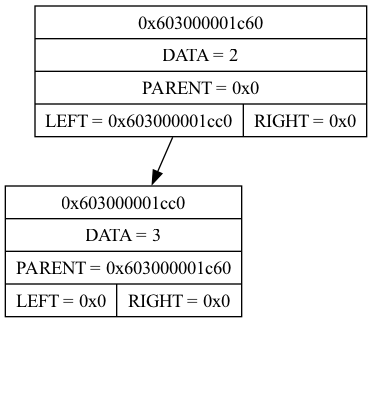
Above: tree.png in Leonid256/Bin_Tree (Graphviz), before the change. Its source is kept beside it as tree.dot. The source it was exported from:
```dot
digraph Tree
{
	ordering = out;
	node [shape = record];
	n_0x603000001c60 [style = filled, fillcolor = lightblue, label = "{ 0x603000001c60 | DATA = 4 | PARENT = 0x0 | { <l> LEFT = 0x603000001c90 | <r> RIGHT = 0x603000001d20}}"];
	n_0x603000001c60:l -> n_0x603000001c90;
	n_0x603000001c90 [style = filled, fillcolor = lightgrey, label = "{ 0x603000001c90 | DATA = 2 | PARENT = 0x603000001c60 | { <l> LEFT = 0x603000001cc0 | <r> RIGHT = 0x603000001cf0}}"];
	n_0x603000001c90:l -> n_0x603000001cc0;
	n_0x603000001cc0 [style = filled, fillcolor = lightgreen, label = "{ 0x603000001cc0 | DATA = 1 | PARENT = 0x603000001c90 | { <l> LEFT = 0x0 | <r> RIGHT = 0x0}}"];
	nl_0x603000001cc0 [style = invis, label = "", width = 0];
	n_0x603000001cc0:l -> nl_0x603000001cc0 [style = invis];
	nr_0x603000001cc0 [style = invis, label = "", width = 0];
	n_0x603000001cc0:r -> nl_0x603000001cc0 [style = invis];
	n_0x603000001c90:r -> n_0x603000001cf0;
	n_0x603000001cf0 [style = filled, fillcolor = lightgreen, label = "{ 0x603000001cf0 | DATA = 3 | PARENT = 0x603000001c90 | { <l> LEFT = 0x0 | <r> RIGHT = 0x0}}"];
	nl_0x603000001cf0 [style = invis, label = "", width = 0];
	n_0x603000001cf0:l -> nl_0x603000001cf0 [style = invis];
	nr_0x603000001cf0 [style = invis, label = "", width = 0];
	n_0x603000001cf0:r -> nl_0x603000001cf0 [style = invis];
	n_0x603000001c60:r -> n_0x603000001d20;
	n_0x603000001d20 [style = filled, fillcolor = lightgrey, label = "{ 0x603000001d20 | DATA = 6 | PARENT = 0x603000001c60 | { <l> LEFT = 0x603000001d50 | <r> RIGHT = 0x603000001d80}}"];
	n_0x603000001d20:l -> n_0x603000001d50;
	n_0x603000001d50 [style = filled, fillcolor = lightgreen, label = "{ 0x603000001d50 | DATA = 5 | PARENT = 0x603000001d20 | { <l> LEFT = 0x0 | <r> RIGHT = 0x0}}"];
	nl_0x603000001d50 [style = invis, label = "", width = 0];
	n_0x603000001d50:l -> nl_0x603000001d50 [style = invis];
	nr_0x603000001d50 [style = invis, label = "", width = 0];
	n_0x603000001d50:r -> nl_0x603000001d50 [style = invis];
	n_0x603000001d20:r -> n_0x603000001d80;
	n_0x603000001d80 [style = filled, fillcolor = lightgreen, label = "{ 0x603000001d80 | DATA = 7 | PARENT = 0x603000001d20 | { <l> LEFT = 0x0 | <r> RIGHT = 0x0}}"];
	nl_0x603000001d80 [style = invis, label = "", width = 0];
	n_0x603000001d80:l -> nl_0x603000001d80 [style = invis];
	nr_0x603000001d80 [style = invis, label = "", width = 0];
	n_0x603000001d80:r -> nl_0x603000001d80 [style = invis];
}
```
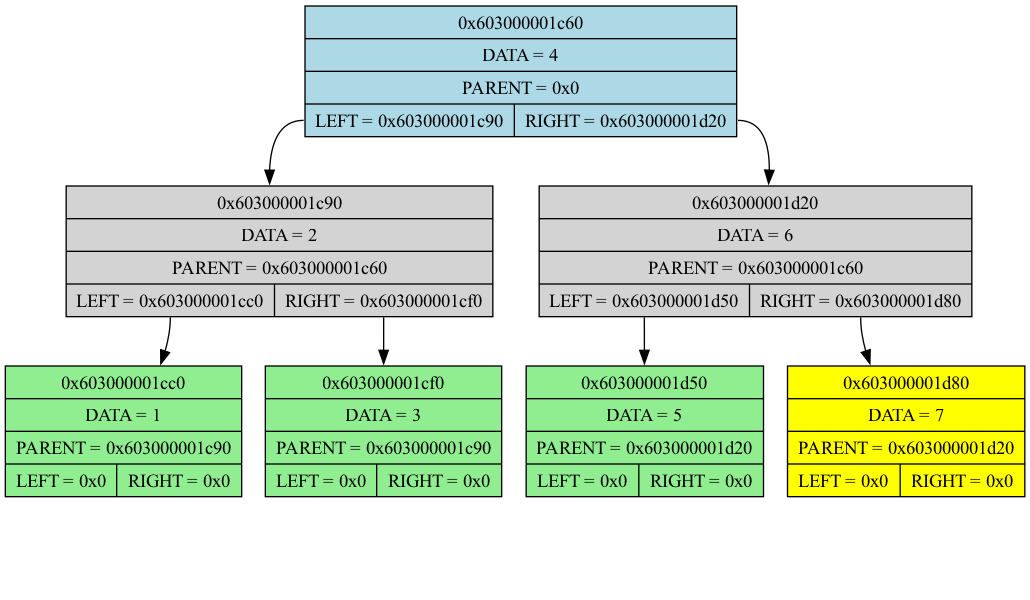
After the commit.

What changed in the source:
```diff
@@ -10,13 +10,13 @@
 	nl_0x603000001cc0 [style = invis, label = "", width = 0];
 	n_0x603000001cc0:l -> nl_0x603000001cc0 [style = invis];
 	nr_0x603000001cc0 [style = invis, label = "", width = 0];
-	n_0x603000001cc0:r -> nl_0x603000001cc0 [style = invis];
+	n_0x603000001cc0:r -> nr_0x603000001cc0 [style = invis];
 	n_0x603000001c90:r -> n_0x603000001cf0;
 	n_0x603000001cf0 [style = filled, fillcolor = lightgreen, label = "{ 0x603000001cf0 | DATA = 3 | PARENT = 0x603000001c90 | { <l> LEFT = 0x0 | <r> RIGHT = 0x0}}"];
 	nl_0x603000001cf0 [style = invis, label = "", width = 0];
 	n_0x603000001cf0:l -> nl_0x603000001cf0 [style = invis];
 	nr_0x603000001cf0 [style = invis, label = "", width = 0];
-	n_0x603000001cf0:r -> nl_0x603000001cf0 [style = invis];
+	n_0x603000001cf0:r -> nr_0x603000001cf0 [style = invis];
 	n_0x603000001c60:r -> n_0x603000001d20;
 	n_0x603000001d20 [style = filled, fillcolor = lightgrey, label = "{ 0x603000001d20 | DATA = 6 | PARENT = 0x603000001c60 | { <l> LEFT = 0x603000001d50 | <r> RIGHT = 0x603000001d80}}"];
 	n_0x603000001d20:l -> n_0x603000001d50;
@@ -24,11 +24,11 @@
 	nl_0x603000001d50 [style = invis, label = "", width = 0];
 	n_0x603000001d50:l -> nl_0x603000001d50 [style = invis];
 	nr_0x603000001d50 [style = invis, label = "", width = 0];
-	n_0x603000001d50:r -> nl_0x603000001d50 [style = invis];
+	n_0x603000001d50:r -> nr_0x603000001d50 [style = invis];
 	n_0x603000001d20:r -> n_0x603000001d80;
-	n_0x603000001d80 [style = filled, fillcolor = lightgreen, label = "{ 0x603000001d80 | DATA = 7 | PARENT = 0x603000001d20 | { <l> LEFT = 0x0 | <r> RIGHT = 0x0}}"];
+	n_0x603000001d80 [style = filled, fillcolor = yellow, label = "{ 0x603000001d80 | DATA = 7 | PARENT = 0x603000001d20 | { <l> LEFT = 0x0 | <r> RIGHT = 0x0}}"];
 	nl_0x603000001d80 [style = invis, label = "", width = 0];
 	n_0x603000001d80:l -> nl_0x603000001d80 [style = invis];
 	nr_0x603000001d80 [style = invis, label = "", width = 0];
-	n_0x603000001d80:r -> nl_0x603000001d80 [style = invis];
+	n_0x603000001d80:r -> nr_0x603000001d80 [style = invis];
 }
```
